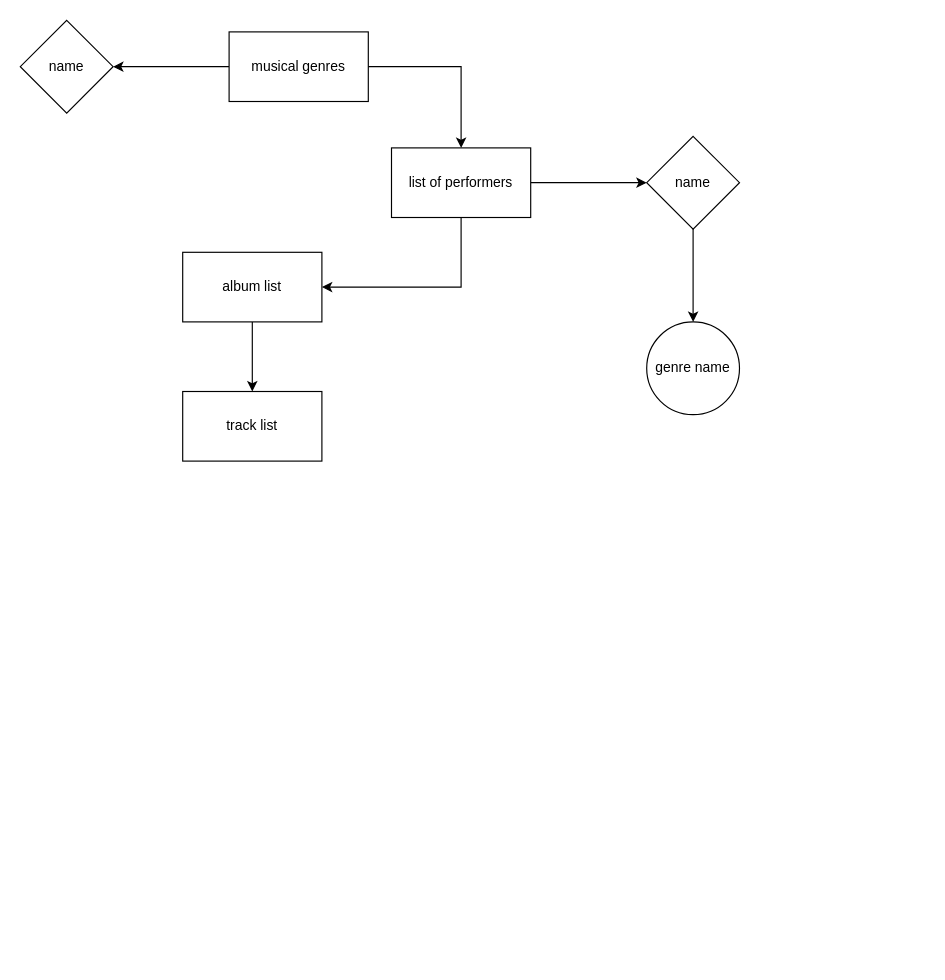
This is Диаграмма без названия.drawio from iseleka/bd-1, a draw.io file, before an edit. Source tidied: cells renumbered, new cells numbered last; positions are measured from the earlier drawing's top-left corner, leaving out a move shared by most shapes. Both pictures are drawn from the tidied source at 116%, with x=0, y=0 at pixel (20, 20).
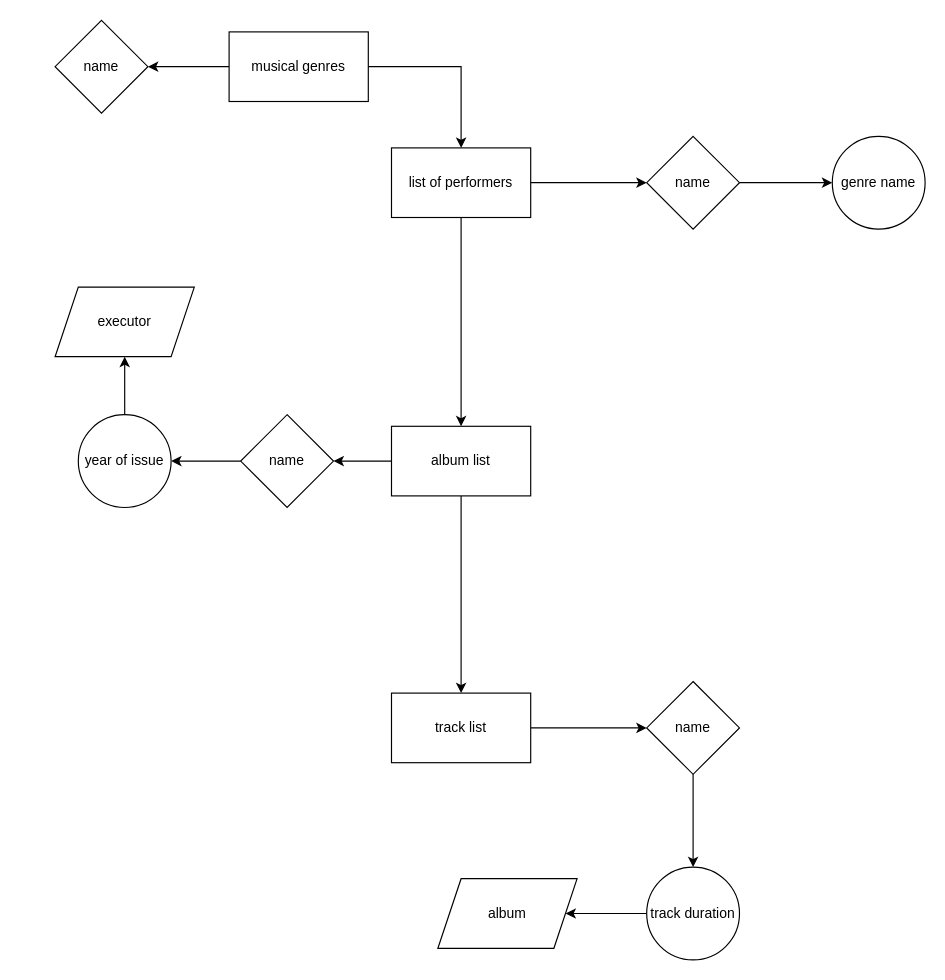
The same page after the edit.

Diff of the diagram source:
```diff
@@
+    <mxCell id="15" style="edgeStyle=orthogonalEdgeStyle;rounded=0;jettySize=auto;html=1;" parent="1" edge="1" source="8" target="18">
+      <mxGeometry relative="1" as="geometry" />
+    </mxCell>
     <mxCell id="8" value="album list" style="rounded=0;whiteSpace=wrap;html=1;" parent="1" vertex="1">
-      <mxGeometry x="140" y="200" width="120" height="60" as="geometry" />
+      <mxGeometry x="320" y="350" width="120" height="60" as="geometry" />
     </mxCell>
@@
+    <mxCell id="16" style="edgeStyle=orthogonalEdgeStyle;rounded=0;jettySize=auto;html=1;" parent="1" edge="1" source="10" target="23">
+      <mxGeometry relative="1" as="geometry" />
+    </mxCell>
     <mxCell id="10" value="track list" style="rounded=0;whiteSpace=wrap;html=1;" parent="1" vertex="1">
-      <mxGeometry x="140" y="320" width="120" height="60" as="geometry" />
+      <mxGeometry x="320" y="580" width="120" height="60" as="geometry" />
     </mxCell>
     <mxCell id="11" value="name" style="rhombus;whiteSpace=wrap;html=1;rounded=0;" parent="1" vertex="1">
-      <mxGeometry width="80" height="80" as="geometry" />
+      <mxGeometry x="30" width="80" height="80" as="geometry" />
     </mxCell>
@@
     <mxCell id="14" value="genre name" style="ellipse;whiteSpace=wrap;html=1;rounded=0;" parent="1" vertex="1">
-      <mxGeometry x="540" y="260" width="80" height="80" as="geometry" />
+      <mxGeometry x="700" y="100" width="80" height="80" as="geometry" />
     </mxCell>
+    <mxCell id="17" style="edgeStyle=orthogonalEdgeStyle;rounded=0;jettySize=auto;html=1;" parent="1" edge="1" source="18" target="20">
+      <mxGeometry relative="1" as="geometry" />
+    </mxCell>
+    <mxCell id="18" value="name" style="rhombus;whiteSpace=wrap;html=1;rounded=0;" parent="1" vertex="1">
+      <mxGeometry x="190" y="340" width="80" height="80" as="geometry" />
+    </mxCell>
+    <mxCell id="19" style="edgeStyle=orthogonalEdgeStyle;rounded=0;jettySize=auto;html=1;" parent="1" edge="1" source="20" target="21">
+      <mxGeometry relative="1" as="geometry" />
+    </mxCell>
+    <mxCell id="20" value="year of issue" style="ellipse;whiteSpace=wrap;html=1;rounded=0;" parent="1" vertex="1">
+      <mxGeometry x="50" y="340" width="80" height="80" as="geometry" />
+    </mxCell>
+    <mxCell id="21" value="executor" style="shape=parallelogram;perimeter=parallelogramPerimeter;whiteSpace=wrap;html=1;fixedSize=1;rounded=0;" parent="1" vertex="1">
+      <mxGeometry x="30" y="230" width="120" height="60" as="geometry" />
+    </mxCell>
+    <mxCell id="22" style="edgeStyle=orthogonalEdgeStyle;rounded=0;jettySize=auto;html=1;" parent="1" edge="1" source="23" target="25">
+      <mxGeometry relative="1" as="geometry" />
+    </mxCell>
+    <mxCell id="23" value="name" style="rhombus;whiteSpace=wrap;html=1;rounded=0;" parent="1" vertex="1">
+      <mxGeometry x="540" y="570" width="80" height="80" as="geometry" />
+    </mxCell>
+    <mxCell id="24" style="edgeStyle=orthogonalEdgeStyle;rounded=0;jettySize=auto;html=1;" parent="1" edge="1" source="25" target="26">
+      <mxGeometry relative="1" as="geometry" />
+    </mxCell>
+    <mxCell id="25" value="track duration" style="ellipse;whiteSpace=wrap;html=1;rounded=0;" parent="1" vertex="1">
+      <mxGeometry x="540" y="730" width="80" height="80" as="geometry" />
+    </mxCell>
+    <mxCell id="26" value="album" style="shape=parallelogram;perimeter=parallelogramPerimeter;whiteSpace=wrap;html=1;fixedSize=1;rounded=0;" parent="1" vertex="1">
+      <mxGeometry x="360" y="740" width="120" height="60" as="geometry" />
+    </mxCell>
```
